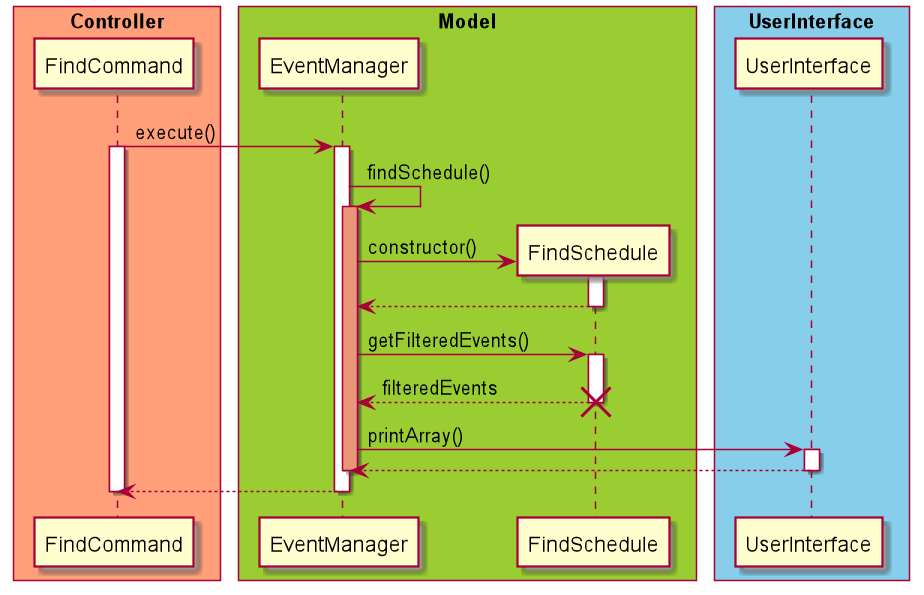
Earlier version of the PlantUML export docs/diagram/FindEvent.png (untitle4/tp).
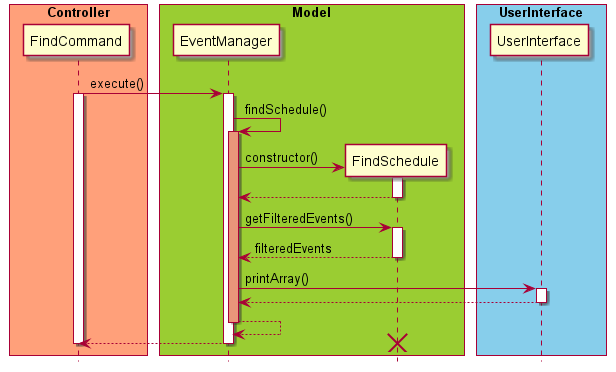
The same file after the commit.

The edit, as a diff of the source:
```diff
@@ -2,6 +2,7 @@
 
 skinparam ParticipantPadding 10
 skinparam BoxPadding 5
+hide footbox
 
 box "Controller" #LightSalmon
 participant FindCommand
@@ -29,14 +30,15 @@
 activate FindSchedule
 FindSchedule --> EventManager : filteredEvents
 deactivate FindSchedule
-destroy FindSchedule
 EventManager -> UserInterface : printArray()
 activate UserInterface
 UserInterface --> EventManager
 deactivate UserInterface
+EventManager --> EventManager
 deactivate EventManager
 EventManager --> FindCommand
 deactivate EventManager
 deactivate FindCommand
+destroy FindSchedule
 
 @enduml
```
